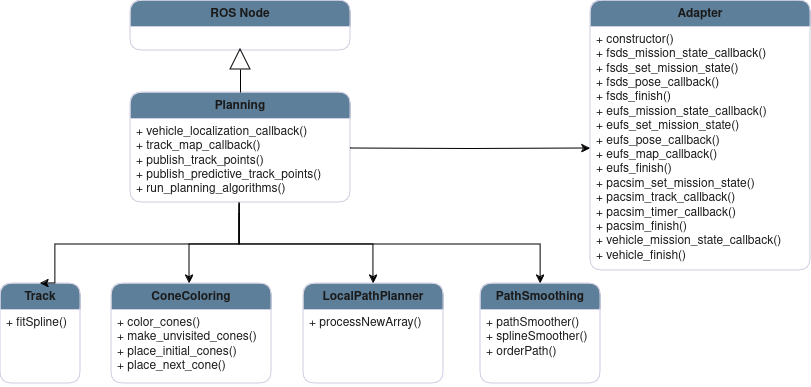
fs-feup/autonomous-systems keeps this draw.io diagram as docs/diagrams/planning/ClassPlanning.drawio.png. Above is the earlier version. Source tidied: cells renumbered, new cells last; positions are measured from the earlier drawing's top-left corner, leaving out a move shared by most shapes. The source it was exported from:
```xml
<mxGraphModel>
  <root>
    <mxCell id="0" />
    <mxCell id="1" parent="0" />
    <mxCell id="2" value="Planning" style="swimlane;fontStyle=1;align=center;verticalAlign=top;horizontal=1;startSize=26;whiteSpace=wrap;html=1;labelBackgroundColor=none;fillColor=#5D7F99;strokeColor=#D0CEE2;fontColor=#1A1A1A;rounded=1;" parent="1" vertex="1">
      <mxGeometry x="130" y="92" width="220" height="110" as="geometry" />
    </mxCell>
    <mxCell id="3" value="+ vehicle_localization_callback()&lt;br&gt;+ track_map_callback()&lt;br&gt;+ publish_track_points()&lt;br&gt;+ publish_predictive_track_points()&lt;br&gt;+ run_planning_algorithms()&lt;div&gt;&lt;br&gt;&lt;br&gt;&lt;/div&gt;" style="text;strokeColor=none;fillColor=none;align=left;verticalAlign=top;spacingLeft=4;spacingRight=4;overflow=hidden;points=[[0,0.5],[1,0.5]];portConstraint=eastwest;whiteSpace=wrap;html=1;labelBackgroundColor=none;fontColor=#1A1A1A;rounded=1;" parent="2" vertex="1">
      <mxGeometry y="26" width="220" height="84" as="geometry" />
    </mxCell>
    <mxCell id="4" value="ConeColoring" style="swimlane;fontStyle=1;align=center;verticalAlign=top;horizontal=1;startSize=26;whiteSpace=wrap;html=1;labelBackgroundColor=none;fillColor=#5D7F99;strokeColor=#D0CEE2;fontColor=#1A1A1A;rounded=1;" parent="1" vertex="1">
      <mxGeometry x="111" y="283" width="160" height="100" as="geometry" />
    </mxCell>
    <mxCell id="5" value="+ color_cones()&lt;br&gt;+ make_unvisited_cones()&lt;br&gt;+ place_initial_cones()&lt;br&gt;+ place_next_cone()&lt;div&gt;&lt;br&gt;&lt;br&gt;&lt;/div&gt;" style="text;strokeColor=none;fillColor=none;align=left;verticalAlign=top;spacingLeft=4;spacingRight=4;overflow=hidden;whiteSpace=wrap;html=1;labelBackgroundColor=none;fontColor=#1A1A1A;rounded=1;" parent="4" vertex="1">
      <mxGeometry y="26" width="160" height="74" as="geometry" />
    </mxCell>
    <mxCell id="6" value="PathSmoothing" style="swimlane;fontStyle=1;align=center;verticalAlign=top;horizontal=1;startSize=26;whiteSpace=wrap;html=1;labelBackgroundColor=none;fillColor=#5D7F99;strokeColor=#D0CEE2;fontColor=#1A1A1A;rounded=1;" parent="1" vertex="1">
      <mxGeometry x="480" y="283" width="120" height="100" as="geometry" />
    </mxCell>
    <mxCell id="7" value="+ pathSmoother()&lt;br&gt;+ splineSmoother()&lt;br&gt;+ orderPath()&lt;div&gt;&lt;br&gt;&lt;br&gt;&lt;/div&gt;" style="text;strokeColor=none;fillColor=none;align=left;verticalAlign=top;spacingLeft=4;spacingRight=4;overflow=hidden;whiteSpace=wrap;html=1;labelBackgroundColor=none;fontColor=#1A1A1A;rounded=1;" parent="6" vertex="1">
      <mxGeometry y="26" width="120" height="74" as="geometry" />
    </mxCell>
    <mxCell id="8" value="Adapter" style="swimlane;fontStyle=1;align=center;verticalAlign=top;horizontal=1;startSize=26;whiteSpace=wrap;html=1;labelBackgroundColor=none;fillColor=#5D7F99;strokeColor=#D0CEE2;fontColor=#1A1A1A;rounded=1;" parent="1" vertex="1">
      <mxGeometry x="590" width="220" height="270" as="geometry" />
    </mxCell>
    <mxCell id="9" value="&lt;div&gt;+ constructor()&lt;/div&gt;&lt;div&gt;+ fsds_mission_state_callback()&lt;/div&gt;&lt;div&gt;+ fsds_set_mission_state()&lt;/div&gt;&lt;div&gt;+ fsds_pose_callback()&lt;/div&gt;&lt;div&gt;+ fsds_finish()&lt;/div&gt;&lt;div&gt;&lt;div&gt;+ eufs_mission_state_callback()&lt;/div&gt;&lt;div&gt;+ eufs_set_mission_state()&lt;/div&gt;&lt;div&gt;+ eufs_pose_callback()&lt;/div&gt;+ eufs_map_callback()&lt;/div&gt;&lt;div&gt;+ eufs_finish()&lt;/div&gt;&lt;div&gt;+ pacsim_set_mission_state()&lt;/div&gt;&lt;div&gt;+ pacsim_track_callback()&lt;/div&gt;&lt;div&gt;+ pacsim_timer_callback()&lt;br&gt;&lt;/div&gt;&lt;div&gt;+ pacsim_finish()&lt;br&gt;&lt;/div&gt;&lt;div&gt;+ vehicle_mission_state_callback()&lt;/div&gt;&lt;div&gt;+ vehicle_finish()&lt;br&gt;&lt;/div&gt;" style="text;strokeColor=none;fillColor=none;align=left;verticalAlign=top;spacingLeft=4;spacingRight=4;overflow=hidden;points=[[0,0.5],[1,0.5]];portConstraint=eastwest;whiteSpace=wrap;html=1;labelBackgroundColor=none;fontColor=#1A1A1A;rounded=1;" parent="8" vertex="1">
      <mxGeometry y="26" width="220" height="244" as="geometry" />
    </mxCell>
    <mxCell id="10" value="ROS Node" style="swimlane;fontStyle=1;align=center;verticalAlign=top;horizontal=1;startSize=26;whiteSpace=wrap;html=1;labelBackgroundColor=none;fillColor=#5D7F99;strokeColor=#D0CEE2;fontColor=#1A1A1A;rounded=1;" parent="1" vertex="1">
      <mxGeometry x="130" width="220" height="50" as="geometry" />
    </mxCell>
    <mxCell id="11" style="triangle;whiteSpace=wrap;html=1;rotation=-90;" parent="1" vertex="1">
      <mxGeometry x="230" y="49" width="20" height="20" as="geometry" />
    </mxCell>
    <mxCell id="12" style="endArrow=none;html=1;rounded=0;entryX=0;entryY=0.5;entryDx=0;entryDy=0;" parent="1" edge="1" source="2" target="11">
      <mxGeometry relative="1" as="geometry" />
    </mxCell>
    <mxCell id="13" style="edgeStyle=orthogonalEdgeStyle;rounded=0;jettySize=auto;html=1;exitX=0.495;exitY=1;exitDx=0;exitDy=0;exitPerimeter=0;entryX=0.5;entryY=0;entryDx=0;entryDy=0;" parent="1" edge="1" source="3" target="6">
      <mxGeometry relative="1" as="geometry">
        <Array as="points">
          <mxPoint x="239" y="244" />
          <mxPoint x="540" y="244" />
        </Array>
      </mxGeometry>
    </mxCell>
    <mxCell id="14" style="edgeStyle=orthogonalEdgeStyle;rounded=0;jettySize=auto;html=1;entryX=0;entryY=0.5;entryDx=0;entryDy=0;" parent="1" edge="1" target="9">
      <mxGeometry relative="1" as="geometry">
        <mxPoint x="350" y="148" as="sourcePoint" />
      </mxGeometry>
    </mxCell>
    <mxCell id="15" value="Track" style="swimlane;fontStyle=1;align=center;verticalAlign=top;horizontal=1;startSize=26;whiteSpace=wrap;html=1;labelBackgroundColor=none;fillColor=#5D7F99;strokeColor=#D0CEE2;fontColor=#1A1A1A;rounded=1;" parent="1" vertex="1">
      <mxGeometry y="283" width="80" height="100" as="geometry" />
    </mxCell>
    <mxCell id="16" value="+ fitSpline()" style="text;strokeColor=none;fillColor=none;align=left;verticalAlign=top;spacingLeft=4;spacingRight=4;overflow=hidden;whiteSpace=wrap;html=1;labelBackgroundColor=none;fontColor=#1A1A1A;rounded=1;" parent="15" vertex="1">
      <mxGeometry y="26" width="80" height="74" as="geometry" />
    </mxCell>
    <mxCell id="17" style="edgeStyle=orthogonalEdgeStyle;rounded=0;jettySize=auto;html=1;entryX=0.5;entryY=0;entryDx=0;entryDy=0;exitX=0.496;exitY=1.021;exitDx=0;exitDy=0;exitPerimeter=0;" parent="1" edge="1" source="3" target="15">
      <mxGeometry relative="1" as="geometry">
        <Array as="points">
          <mxPoint x="239" y="244" />
          <mxPoint x="55" y="244" />
        </Array>
      </mxGeometry>
    </mxCell>
    <mxCell id="18" style="edgeStyle=orthogonalEdgeStyle;rounded=0;jettySize=auto;html=1;exitX=0.5;exitY=0.992;exitDx=0;exitDy=0;exitPerimeter=0;" parent="1" edge="1" target="4">
      <mxGeometry relative="1" as="geometry">
        <mxPoint x="239" y="213.3" as="sourcePoint" />
        <Array as="points">
          <mxPoint x="239" y="244" />
          <mxPoint x="189" y="244" />
        </Array>
      </mxGeometry>
    </mxCell>
    <mxCell id="19" value="LocalPathPlanner" style="swimlane;fontStyle=1;align=center;verticalAlign=top;horizontal=1;startSize=26;whiteSpace=wrap;html=1;labelBackgroundColor=none;fillColor=#5D7F99;strokeColor=#D0CEE2;fontColor=#1A1A1A;rounded=1;" parent="1" vertex="1">
      <mxGeometry x="303" y="283" width="140" height="100" as="geometry" />
    </mxCell>
    <mxCell id="20" value="+ processNewArray()" style="text;strokeColor=none;fillColor=none;align=left;verticalAlign=top;spacingLeft=4;spacingRight=4;overflow=hidden;whiteSpace=wrap;html=1;labelBackgroundColor=none;fontColor=#1A1A1A;rounded=1;" parent="19" vertex="1">
      <mxGeometry y="26" width="140" height="74" as="geometry" />
    </mxCell>
    <mxCell id="21" style="edgeStyle=orthogonalEdgeStyle;rounded=0;jettySize=auto;html=1;exitX=0.497;exitY=1.013;exitDx=0;exitDy=0;exitPerimeter=0;entryX=0.5;entryY=0;entryDx=0;entryDy=0;" parent="1" edge="1" source="3" target="19">
      <mxGeometry relative="1" as="geometry">
        <Array as="points">
          <mxPoint x="239" y="244" />
          <mxPoint x="373" y="244" />
        </Array>
      </mxGeometry>
    </mxCell>
    <mxCell id="22" value="&amp;nbsp;" style="text;whiteSpace=wrap;html=1;" parent="1" vertex="1">
      <mxGeometry x="410" y="274" width="40" height="40" as="geometry" />
    </mxCell>
  </root>
</mxGraphModel>
```
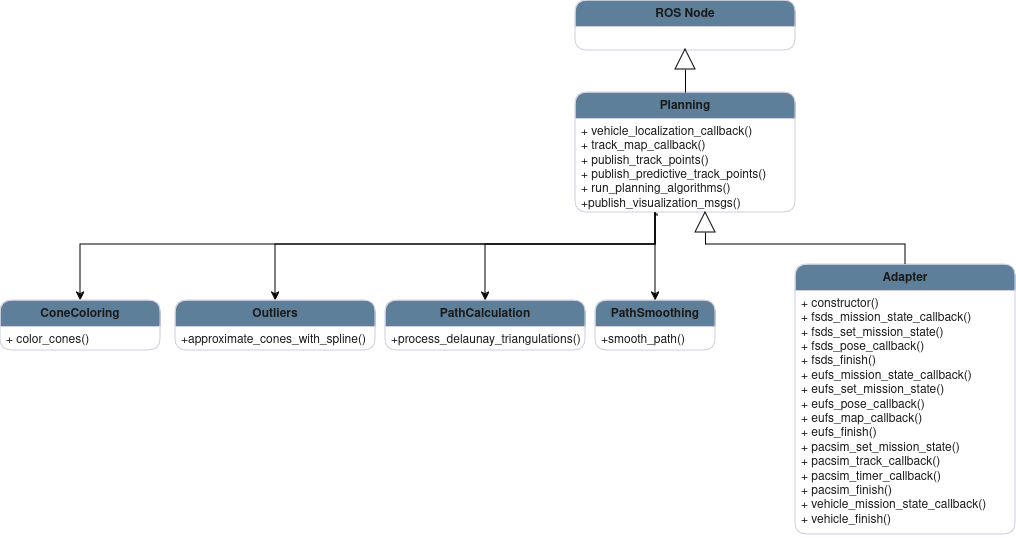
After the commit.

Commit message:
fix(planning): updated planning diagrams

Diff of the diagram source:
```diff
@@ -3,25 +3,19 @@
     <mxCell id="0" />
     <mxCell id="1" parent="0" />
     <mxCell id="2" value="Planning" style="swimlane;fontStyle=1;align=center;verticalAlign=top;horizontal=1;startSize=26;whiteSpace=wrap;html=1;labelBackgroundColor=none;fillColor=#5D7F99;strokeColor=#D0CEE2;fontColor=#1A1A1A;rounded=1;" parent="1" vertex="1">
-      <mxGeometry x="130" y="92" width="220" height="110" as="geometry" />
+      <mxGeometry x="130" y="92" width="220" height="120" as="geometry" />
     </mxCell>
-    <mxCell id="3" value="+ vehicle_localization_callback()&lt;br&gt;+ track_map_callback()&lt;br&gt;+ publish_track_points()&lt;br&gt;+ publish_predictive_track_points()&lt;br&gt;+ run_planning_algorithms()&lt;div&gt;&lt;br&gt;&lt;br&gt;&lt;/div&gt;" style="text;strokeColor=none;fillColor=none;align=left;verticalAlign=top;spacingLeft=4;spacingRight=4;overflow=hidden;points=[[0,0.5],[1,0.5]];portConstraint=eastwest;whiteSpace=wrap;html=1;labelBackgroundColor=none;fontColor=#1A1A1A;rounded=1;" parent="2" vertex="1">
-      <mxGeometry y="26" width="220" height="84" as="geometry" />
+    <mxCell id="3" value="+ vehicle_localization_callback()&lt;br&gt;+ track_map_callback()&lt;br&gt;+ publish_track_points()&lt;br&gt;+ publish_predictive_track_points()&lt;br&gt;&lt;div&gt;+ run_planning_algorithms()&lt;/div&gt;&lt;div&gt;+publish_visualization_msgs()&lt;br&gt;&lt;/div&gt;&lt;div&gt;&lt;br&gt;&lt;br&gt;&lt;/div&gt;" style="text;strokeColor=none;fillColor=none;align=left;verticalAlign=top;spacingLeft=4;spacingRight=4;overflow=hidden;points=[[0,0.5],[1,0.5]];portConstraint=eastwest;whiteSpace=wrap;html=1;labelBackgroundColor=none;fontColor=#1A1A1A;rounded=1;" parent="2" vertex="1">
+      <mxGeometry y="26" width="220" height="94" as="geometry" />
     </mxCell>
-    <mxCell id="4" value="ConeColoring" style="swimlane;fontStyle=1;align=center;verticalAlign=top;horizontal=1;startSize=26;whiteSpace=wrap;html=1;labelBackgroundColor=none;fillColor=#5D7F99;strokeColor=#D0CEE2;fontColor=#1A1A1A;rounded=1;" parent="1" vertex="1">
-      <mxGeometry x="111" y="283" width="160" height="100" as="geometry" />
-    </mxCell>
-    <mxCell id="5" value="+ color_cones()&lt;br&gt;+ make_unvisited_cones()&lt;br&gt;+ place_initial_cones()&lt;br&gt;+ place_next_cone()&lt;div&gt;&lt;br&gt;&lt;br&gt;&lt;/div&gt;" style="text;strokeColor=none;fillColor=none;align=left;verticalAlign=top;spacingLeft=4;spacingRight=4;overflow=hidden;whiteSpace=wrap;html=1;labelBackgroundColor=none;fontColor=#1A1A1A;rounded=1;" parent="4" vertex="1">
-      <mxGeometry y="26" width="160" height="74" as="geometry" />
-    </mxCell>
     <mxCell id="6" value="PathSmoothing" style="swimlane;fontStyle=1;align=center;verticalAlign=top;horizontal=1;startSize=26;whiteSpace=wrap;html=1;labelBackgroundColor=none;fillColor=#5D7F99;strokeColor=#D0CEE2;fontColor=#1A1A1A;rounded=1;" parent="1" vertex="1">
-      <mxGeometry x="480" y="283" width="120" height="100" as="geometry" />
+      <mxGeometry x="150" y="300" width="120" height="50" as="geometry" />
     </mxCell>
-    <mxCell id="7" value="+ pathSmoother()&lt;br&gt;+ splineSmoother()&lt;br&gt;+ orderPath()&lt;div&gt;&lt;br&gt;&lt;br&gt;&lt;/div&gt;" style="text;strokeColor=none;fillColor=none;align=left;verticalAlign=top;spacingLeft=4;spacingRight=4;overflow=hidden;whiteSpace=wrap;html=1;labelBackgroundColor=none;fontColor=#1A1A1A;rounded=1;" parent="6" vertex="1">
-      <mxGeometry y="26" width="120" height="74" as="geometry" />
+    <mxCell id="7" value="+smooth_path()" style="text;strokeColor=none;fillColor=none;align=left;verticalAlign=top;spacingLeft=4;spacingRight=4;overflow=hidden;whiteSpace=wrap;html=1;labelBackgroundColor=none;fontColor=#1A1A1A;rounded=1;" parent="6" vertex="1">
+      <mxGeometry y="26" width="120" height="24" as="geometry" />
     </mxCell>
     <mxCell id="8" value="Adapter" style="swimlane;fontStyle=1;align=center;verticalAlign=top;horizontal=1;startSize=26;whiteSpace=wrap;html=1;labelBackgroundColor=none;fillColor=#5D7F99;strokeColor=#D0CEE2;fontColor=#1A1A1A;rounded=1;" parent="1" vertex="1">
-      <mxGeometry x="590" width="220" height="270" as="geometry" />
+      <mxGeometry x="350" y="264" width="220" height="270" as="geometry" />
     </mxCell>
     <mxCell id="9" value="&lt;div&gt;+ constructor()&lt;/div&gt;&lt;div&gt;+ fsds_mission_state_callback()&lt;/div&gt;&lt;div&gt;+ fsds_set_mission_state()&lt;/div&gt;&lt;div&gt;+ fsds_pose_callback()&lt;/div&gt;&lt;div&gt;+ fsds_finish()&lt;/div&gt;&lt;div&gt;&lt;div&gt;+ eufs_mission_state_callback()&lt;/div&gt;&lt;div&gt;+ eufs_set_mission_state()&lt;/div&gt;&lt;div&gt;+ eufs_pose_callback()&lt;/div&gt;+ eufs_map_callback()&lt;/div&gt;&lt;div&gt;+ eufs_finish()&lt;/div&gt;&lt;div&gt;+ pacsim_set_mission_state()&lt;/div&gt;&lt;div&gt;+ pacsim_track_callback()&lt;/div&gt;&lt;div&gt;+ pacsim_timer_callback()&lt;br&gt;&lt;/div&gt;&lt;div&gt;+ pacsim_finish()&lt;br&gt;&lt;/div&gt;&lt;div&gt;+ vehicle_mission_state_callback()&lt;/div&gt;&lt;div&gt;+ vehicle_finish()&lt;br&gt;&lt;/div&gt;" style="text;strokeColor=none;fillColor=none;align=left;verticalAlign=top;spacingLeft=4;spacingRight=4;overflow=hidden;points=[[0,0.5],[1,0.5]];portConstraint=eastwest;whiteSpace=wrap;html=1;labelBackgroundColor=none;fontColor=#1A1A1A;rounded=1;" parent="8" vertex="1">
       <mxGeometry y="26" width="220" height="244" as="geometry" />
@@ -35,58 +29,81 @@
     <mxCell id="12" style="endArrow=none;html=1;rounded=0;entryX=0;entryY=0.5;entryDx=0;entryDy=0;" parent="1" edge="1" source="2" target="11">
       <mxGeometry relative="1" as="geometry" />
     </mxCell>
-    <mxCell id="13" style="edgeStyle=orthogonalEdgeStyle;rounded=0;jettySize=auto;html=1;exitX=0.495;exitY=1;exitDx=0;exitDy=0;exitPerimeter=0;entryX=0.5;entryY=0;entryDx=0;entryDy=0;" parent="1" edge="1" source="3" target="6">
+    <mxCell id="13" style="edgeStyle=orthogonalEdgeStyle;rounded=0;jettySize=auto;html=1;entryX=0.5;entryY=0;entryDx=0;entryDy=0;" parent="1" edge="1" target="6">
       <mxGeometry relative="1" as="geometry">
+        <mxPoint x="210" y="214" as="sourcePoint" />
         <Array as="points">
-          <mxPoint x="239" y="244" />
-          <mxPoint x="540" y="244" />
+          <mxPoint x="210" y="212" />
         </Array>
       </mxGeometry>
     </mxCell>
-    <mxCell id="14" style="edgeStyle=orthogonalEdgeStyle;rounded=0;jettySize=auto;html=1;entryX=0;entryY=0.5;entryDx=0;entryDy=0;" parent="1" edge="1" target="9">
-      <mxGeometry relative="1" as="geometry">
-        <mxPoint x="350" y="148" as="sourcePoint" />
-      </mxGeometry>
-    </mxCell>
-    <mxCell id="15" value="Track" style="swimlane;fontStyle=1;align=center;verticalAlign=top;horizontal=1;startSize=26;whiteSpace=wrap;html=1;labelBackgroundColor=none;fillColor=#5D7F99;strokeColor=#D0CEE2;fontColor=#1A1A1A;rounded=1;" parent="1" vertex="1">
-      <mxGeometry y="283" width="80" height="100" as="geometry" />
-    </mxCell>
-    <mxCell id="16" value="+ fitSpline()" style="text;strokeColor=none;fillColor=none;align=left;verticalAlign=top;spacingLeft=4;spacingRight=4;overflow=hidden;whiteSpace=wrap;html=1;labelBackgroundColor=none;fontColor=#1A1A1A;rounded=1;" parent="15" vertex="1">
-      <mxGeometry y="26" width="80" height="74" as="geometry" />
-    </mxCell>
-    <mxCell id="17" style="edgeStyle=orthogonalEdgeStyle;rounded=0;jettySize=auto;html=1;entryX=0.5;entryY=0;entryDx=0;entryDy=0;exitX=0.496;exitY=1.021;exitDx=0;exitDy=0;exitPerimeter=0;" parent="1" edge="1" source="3" target="15">
+    <mxCell id="17" style="edgeStyle=orthogonalEdgeStyle;rounded=0;jettySize=auto;html=1;entryX=0.5;entryY=0;entryDx=0;entryDy=0;exitX=0.373;exitY=1.043;exitDx=0;exitDy=0;exitPerimeter=0;" parent="1" edge="1" source="3" target="4">
       <mxGeometry relative="1" as="geometry">
         <Array as="points">
-          <mxPoint x="239" y="244" />
-          <mxPoint x="55" y="244" />
+          <mxPoint x="212" y="214" />
+          <mxPoint x="210" y="214" />
+          <mxPoint x="210" y="244" />
+          <mxPoint x="-365" y="244" />
         </Array>
       </mxGeometry>
     </mxCell>
-    <mxCell id="18" style="edgeStyle=orthogonalEdgeStyle;rounded=0;jettySize=auto;html=1;exitX=0.5;exitY=0.992;exitDx=0;exitDy=0;exitPerimeter=0;" parent="1" edge="1" target="4">
+    <mxCell id="18" style="edgeStyle=orthogonalEdgeStyle;rounded=0;jettySize=auto;html=1;entryX=0.5;entryY=0;entryDx=0;entryDy=0;" parent="1" edge="1" target="24">
       <mxGeometry relative="1" as="geometry">
-        <mxPoint x="239" y="213.3" as="sourcePoint" />
+        <mxPoint x="210" y="213" as="sourcePoint" />
         <Array as="points">
-          <mxPoint x="239" y="244" />
-          <mxPoint x="189" y="244" />
+          <mxPoint x="210" y="213" />
+          <mxPoint x="210" y="244" />
+          <mxPoint x="-300" y="244" />
         </Array>
       </mxGeometry>
     </mxCell>
-    <mxCell id="19" value="LocalPathPlanner" style="swimlane;fontStyle=1;align=center;verticalAlign=top;horizontal=1;startSize=26;whiteSpace=wrap;html=1;labelBackgroundColor=none;fillColor=#5D7F99;strokeColor=#D0CEE2;fontColor=#1A1A1A;rounded=1;" parent="1" vertex="1">
-      <mxGeometry x="303" y="283" width="140" height="100" as="geometry" />
+    <mxCell id="19" value="PathCalculation" style="swimlane;fontStyle=1;align=center;verticalAlign=top;horizontal=1;startSize=26;whiteSpace=wrap;html=1;labelBackgroundColor=none;fillColor=#5D7F99;strokeColor=#D0CEE2;fontColor=#1A1A1A;rounded=1;" parent="1" vertex="1">
+      <mxGeometry x="-60" y="300" width="200" height="50" as="geometry" />
     </mxCell>
-    <mxCell id="20" value="+ processNewArray()" style="text;strokeColor=none;fillColor=none;align=left;verticalAlign=top;spacingLeft=4;spacingRight=4;overflow=hidden;whiteSpace=wrap;html=1;labelBackgroundColor=none;fontColor=#1A1A1A;rounded=1;" parent="19" vertex="1">
-      <mxGeometry y="26" width="140" height="74" as="geometry" />
+    <mxCell id="20" value="+process_delaunay_triangulations()" style="text;strokeColor=none;fillColor=none;align=left;verticalAlign=top;spacingLeft=4;spacingRight=4;overflow=hidden;whiteSpace=wrap;html=1;labelBackgroundColor=none;fontColor=#1A1A1A;rounded=1;" parent="19" vertex="1">
+      <mxGeometry y="26" width="200" height="24" as="geometry" />
     </mxCell>
-    <mxCell id="21" style="edgeStyle=orthogonalEdgeStyle;rounded=0;jettySize=auto;html=1;exitX=0.497;exitY=1.013;exitDx=0;exitDy=0;exitPerimeter=0;entryX=0.5;entryY=0;entryDx=0;entryDy=0;" parent="1" edge="1" source="3" target="19">
+    <mxCell id="21" style="edgeStyle=orthogonalEdgeStyle;rounded=0;jettySize=auto;html=1;entryX=0.5;entryY=0;entryDx=0;entryDy=0;" parent="1" edge="1" target="19">
       <mxGeometry relative="1" as="geometry">
+        <mxPoint x="210" y="214" as="sourcePoint" />
         <Array as="points">
-          <mxPoint x="239" y="244" />
-          <mxPoint x="373" y="244" />
+          <mxPoint x="210" y="213" />
+          <mxPoint x="210" y="244" />
+          <mxPoint x="-10" y="244" />
         </Array>
       </mxGeometry>
     </mxCell>
     <mxCell id="22" value="&amp;nbsp;" style="text;whiteSpace=wrap;html=1;" parent="1" vertex="1">
-      <mxGeometry x="410" y="274" width="40" height="40" as="geometry" />
+      <mxGeometry x="130" y="290" width="40" height="40" as="geometry" />
     </mxCell>
+    <mxCell id="4" value="ConeColoring" style="swimlane;fontStyle=1;align=center;verticalAlign=top;horizontal=1;startSize=26;whiteSpace=wrap;html=1;labelBackgroundColor=none;fillColor=#5D7F99;strokeColor=#D0CEE2;fontColor=#1A1A1A;rounded=1;" parent="1" vertex="1">
+      <mxGeometry x="-445" y="300" width="160" height="50" as="geometry" />
+    </mxCell>
+    <mxCell id="23" value="+ color_cones()&lt;div&gt;&lt;br&gt;&lt;br&gt;&lt;/div&gt;" style="text;strokeColor=none;fillColor=none;align=left;verticalAlign=top;spacingLeft=4;spacingRight=4;overflow=hidden;whiteSpace=wrap;html=1;labelBackgroundColor=none;fontColor=#1A1A1A;rounded=1;" parent="4" vertex="1">
+      <mxGeometry y="26" width="160" height="24" as="geometry" />
+    </mxCell>
+    <mxCell id="24" value="Outliers" style="swimlane;fontStyle=1;align=center;verticalAlign=top;horizontal=1;startSize=26;whiteSpace=wrap;html=1;labelBackgroundColor=none;fillColor=#5D7F99;strokeColor=#D0CEE2;fontColor=#1A1A1A;rounded=1;" parent="1" vertex="1">
+      <mxGeometry x="-270" y="300" width="200" height="50" as="geometry" />
+    </mxCell>
+    <mxCell id="25" value="+approximate_cones_with_spline()" style="text;strokeColor=none;fillColor=none;align=left;verticalAlign=top;spacingLeft=4;spacingRight=4;overflow=hidden;whiteSpace=wrap;html=1;labelBackgroundColor=none;fontColor=#1A1A1A;rounded=1;" parent="24" vertex="1">
+      <mxGeometry y="26" width="200" height="24" as="geometry" />
+    </mxCell>
+    <mxCell id="26" style="triangle;whiteSpace=wrap;html=1;rotation=-90;" parent="1" vertex="1">
+      <mxGeometry x="250" y="212" width="20" height="20" as="geometry" />
+    </mxCell>
+    <mxCell id="27" style="endArrow=none;html=1;rounded=0;exitX=0;exitY=0.5;exitDx=0;exitDy=0;" parent="1" edge="1">
+      <mxGeometry relative="1" as="geometry">
+        <mxPoint x="260" y="244" as="sourcePoint" />
+        <mxPoint x="460" y="264" as="targetPoint" />
+        <Array as="points">
+          <mxPoint x="460" y="244" />
+        </Array>
+      </mxGeometry>
+    </mxCell>
+    <mxCell id="28" style="endArrow=none;html=1;rounded=0;exitX=0;exitY=0.5;exitDx=0;exitDy=0;" parent="1" edge="1" source="26">
+      <mxGeometry relative="1" as="geometry">
+        <mxPoint x="260" y="244" as="targetPoint" />
+      </mxGeometry>
+    </mxCell>
   </root>
 </mxGraphModel>
```
